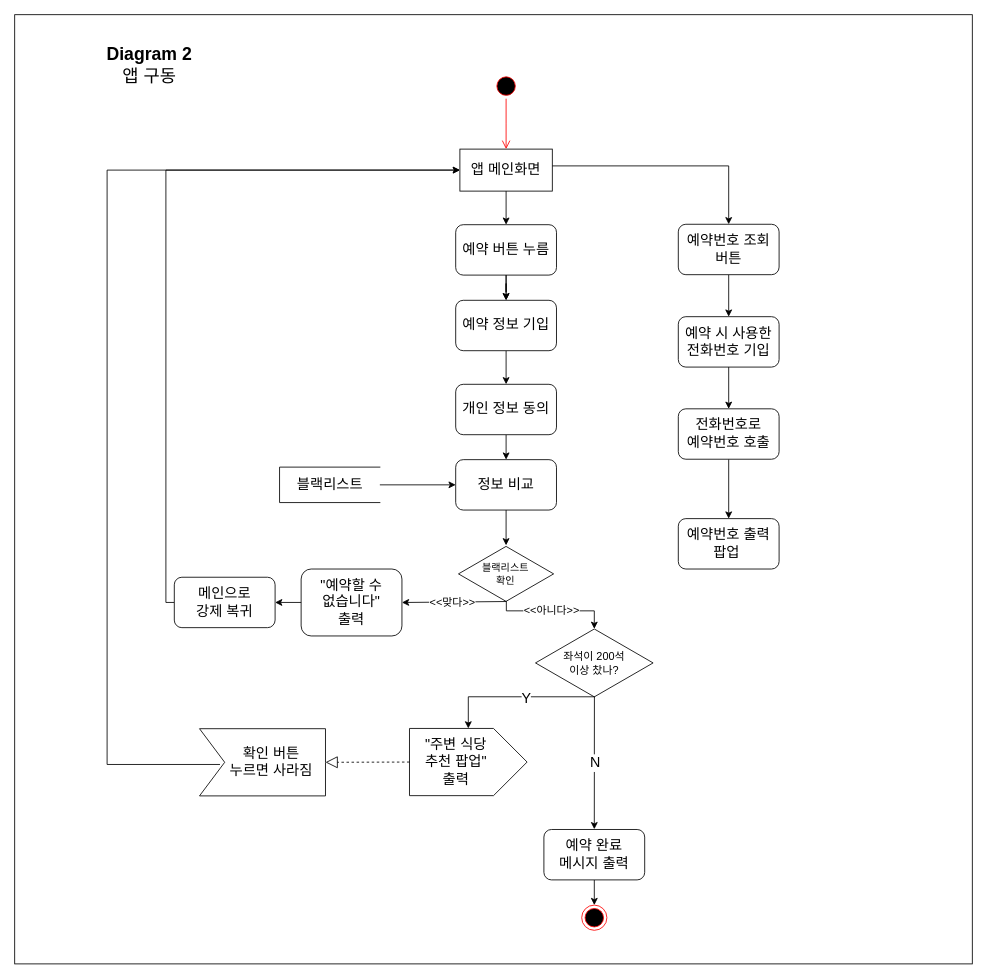
StrongCatWill/SWProject keeps this draw.io diagram as Diagram2_AppRuning.drawio. Above is the earlier version. Source tidied: cells renumbered, new cells numbered last; positions are measured from the earlier drawing's top-left corner, leaving out a move shared by most shapes. Both pictures are drawn from the tidied source at 84%, with x=0, y=0 at pixel (14, 14).
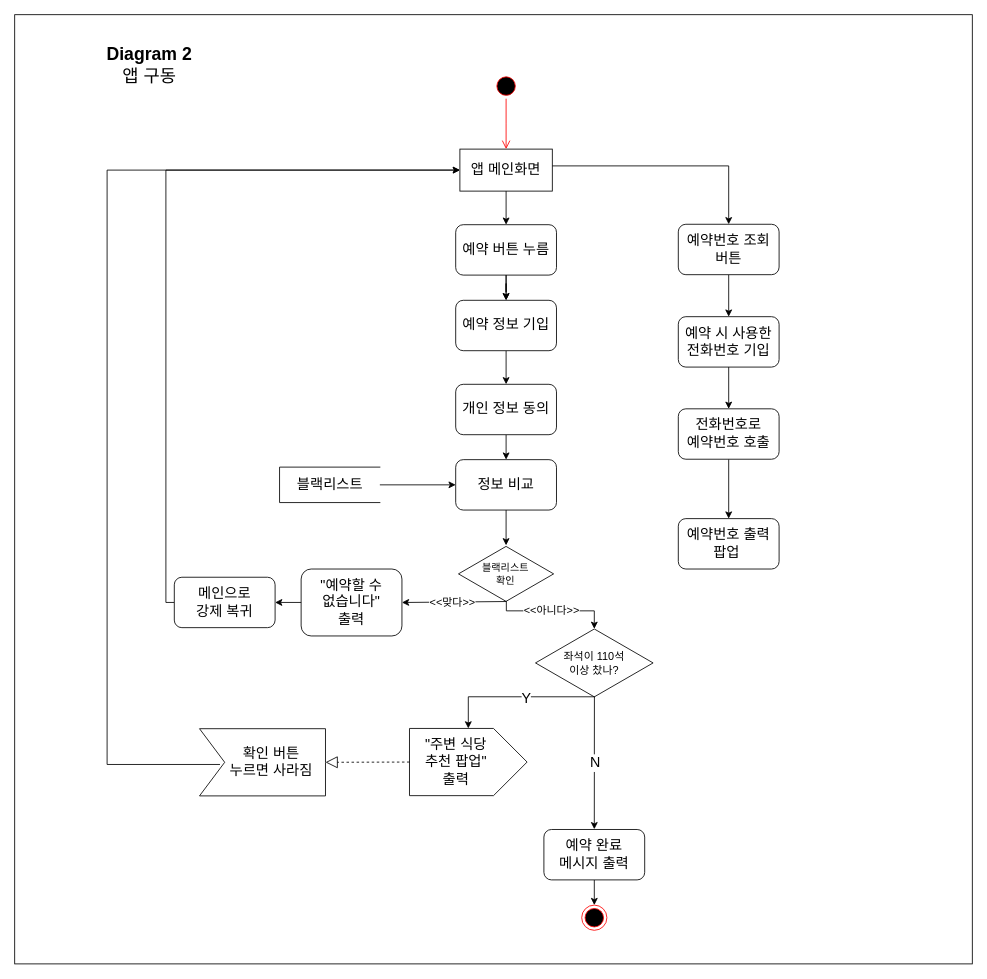
The same page after the edit.

What changed in the source:
```diff
@@
-    <mxCell id="16" value="좌석이 200석&lt;br style=&quot;font-size: 13px;&quot;&gt;이상 찼나?" style="html=1;whiteSpace=wrap;shape=isoRectangle;fontSize=13;" parent="1" vertex="1">
+    <mxCell id="16" value="좌석이 110석&lt;br style=&quot;font-size: 13px&quot;&gt;이상 찼나?" style="html=1;whiteSpace=wrap;shape=isoRectangle;fontSize=13;" parent="1" vertex="1">
       <mxGeometry x="620" y="729.7" width="140" height="84" as="geometry" />
     </mxCell>
```
